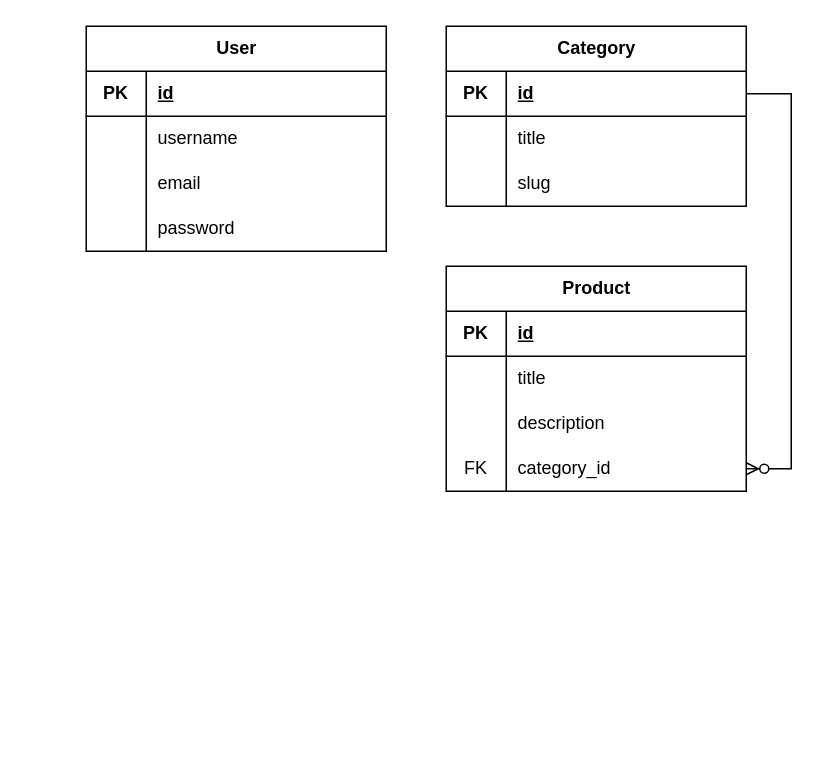
The draw.io diagram ER.drawio in on3ginnn/djangoReactDemo, before the edit. Source tidied: cells renumbered, new cells numbered last; positions are measured from the earlier drawing's top-left corner, leaving out a move shared by most shapes. Both pictures are drawn from the tidied source at 150%, with x=0, y=0 at pixel (86, 26).
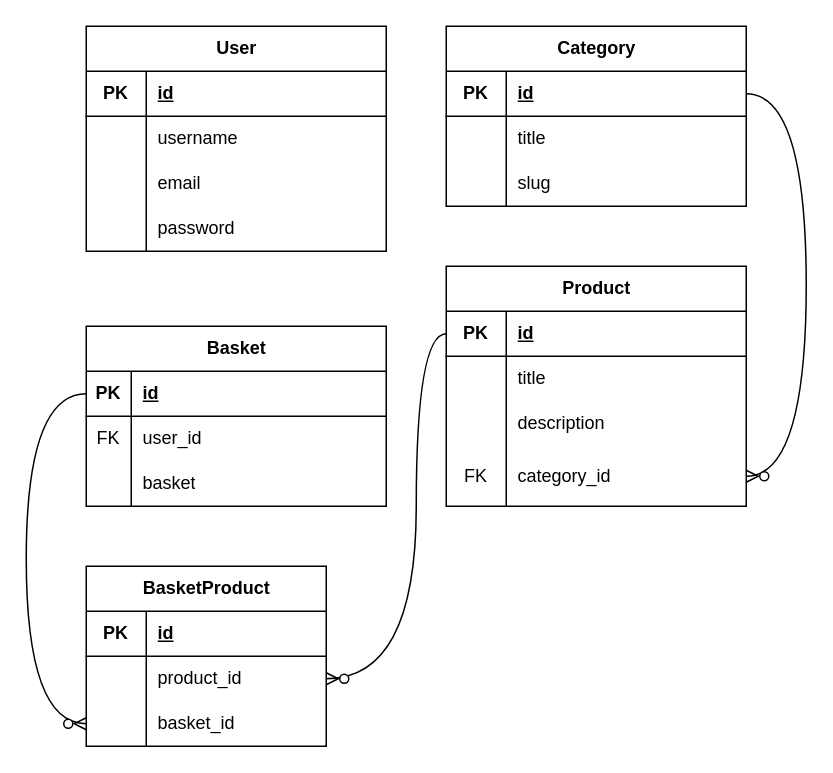
The same diagram, later.

The change refers to these unchanged cells:
```xml
<mxCell id="16" style="shape=tableRow;horizontal=0;startSize=0;swimlaneHead=0;swimlaneBody=0;fillColor=none;points=[[0,0.5],[1,0.5]];portConstraint=eastwest;top=0;left=0;right=0;bottom=1;" parent="15" vertex="1">
  <mxGeometry y="30" width="200" height="30" as="geometry" />
</mxCell>
<mxCell id="26" style="shape=tableRow;horizontal=0;startSize=0;swimlaneHead=0;swimlaneBody=0;fillColor=none;points=[[0,0.5],[1,0.5]];portConstraint=eastwest;top=0;left=0;right=0;bottom=1;" parent="25" vertex="1">
  <mxGeometry y="30" width="200" height="30" as="geometry" />
</mxCell>
```

Change to the diagram source:
```diff
@@
     <mxCell id="25" value="Product" style="shape=table;startSize=30;childLayout=tableLayout;rowLines=0;fontStyle=1;align=center;html=1;" parent="1" vertex="1">
-      <mxGeometry x="240" y="160" width="200" height="150" as="geometry" />
+      <mxGeometry x="240" y="160" width="200" height="160" as="geometry" />
     </mxCell>
@@
     <mxCell id="35" style="shape=tableRow;horizontal=0;startSize=0;swimlaneHead=0;swimlaneBody=0;fillColor=none;points=[[0,0.5],[1,0.5]];portConstraint=eastwest;top=0;left=0;right=0;bottom=0;" parent="25" vertex="1">
-      <mxGeometry y="120" width="200" height="30" as="geometry" />
+      <mxGeometry y="120" width="200" height="40" as="geometry" />
     </mxCell>
     <mxCell id="36" value="FK" style="shape=partialRectangle;fillColor=none;top=0;left=0;bottom=0;right=0;fontStyle=0;overflow=hidden;whiteSpace=wrap;html=1;" parent="35" vertex="1">
-      <mxGeometry width="40" height="30" as="geometry" />
+      <mxGeometry width="40" height="40" as="geometry" />
     </mxCell>
     <mxCell id="37" value="category_id" style="shape=partialRectangle;fillColor=none;top=0;left=0;bottom=0;right=0;align=left;spacingLeft=6;fontStyle=0;overflow=hidden;whiteSpace=wrap;html=1;" parent="35" vertex="1">
-      <mxGeometry x="40" width="160" height="30" as="geometry" />
+      <mxGeometry x="40" width="160" height="40" as="geometry" />
     </mxCell>
-    <mxCell id="38" style="edgeStyle=entityRelationEdgeStyle;fontSize=12;html=1;endArrow=ERzeroToMany;endFill=1;rounded=0;exitX=1;exitY=0.5;exitDx=0;exitDy=0;entryX=1;entryY=0.5;entryDx=0;entryDy=0;" parent="1" edge="1" source="16" target="35">
-      <mxGeometry relative="1" as="geometry" />
+    <mxCell id="38" style="edgeStyle=orthogonalEdgeStyle;fontSize=12;html=1;endArrow=ERzeroToMany;endFill=1;rounded=0;exitX=1;exitY=0.5;exitDx=0;exitDy=0;entryX=1;entryY=0.5;entryDx=0;entryDy=0;curved=1;" parent="1" edge="1" source="16" target="35">
+      <mxGeometry relative="1" as="geometry">
+        <Array as="points">
+          <mxPoint x="480" y="45" />
+          <mxPoint x="480" y="300" />
+        </Array>
+      </mxGeometry>
     </mxCell>
+    <mxCell id="39" value="Basket" style="shape=table;startSize=30;childLayout=tableLayout;rowLines=0;fontStyle=1;align=center;html=1;" parent="1" vertex="1">
+      <mxGeometry y="200" width="200" height="120" as="geometry" />
+    </mxCell>
+    <mxCell id="40" style="shape=tableRow;horizontal=0;startSize=0;swimlaneHead=0;swimlaneBody=0;fillColor=none;points=[[0,0.5],[1,0.5]];portConstraint=eastwest;top=0;left=0;right=0;bottom=1;" parent="39" vertex="1">
+      <mxGeometry y="30" width="200" height="30" as="geometry" />
+    </mxCell>
+    <mxCell id="41" value="PK" style="shape=partialRectangle;fillColor=none;top=0;left=0;bottom=0;right=0;fontStyle=1;overflow=hidden;whiteSpace=wrap;html=1;" parent="40" vertex="1">
+      <mxGeometry width="30" height="30" as="geometry" />
+    </mxCell>
+    <mxCell id="42" value="id" style="shape=partialRectangle;fillColor=none;top=0;left=0;bottom=0;right=0;align=left;spacingLeft=6;fontStyle=5;overflow=hidden;whiteSpace=wrap;html=1;" parent="40" vertex="1">
+      <mxGeometry x="30" width="170" height="30" as="geometry" />
+    </mxCell>
+    <mxCell id="43" style="shape=tableRow;horizontal=0;startSize=0;swimlaneHead=0;swimlaneBody=0;fillColor=none;top=0;left=0;right=0;bottom=0;" parent="39" vertex="1">
+      <mxGeometry y="60" width="200" height="30" as="geometry" />
+    </mxCell>
+    <mxCell id="44" value="FK" style="shape=partialRectangle;fillColor=none;top=0;left=0;bottom=0;right=0;overflow=hidden;whiteSpace=wrap;html=1;" parent="43" vertex="1">
+      <mxGeometry width="30" height="30" as="geometry" />
+    </mxCell>
+    <mxCell id="45" value="user_id" style="shape=partialRectangle;fillColor=none;top=0;left=0;bottom=0;right=0;align=left;spacingLeft=6;overflow=hidden;whiteSpace=wrap;html=1;" parent="43" vertex="1">
+      <mxGeometry x="30" width="170" height="30" as="geometry" />
+    </mxCell>
+    <mxCell id="46" style="shape=tableRow;horizontal=0;startSize=0;swimlaneHead=0;swimlaneBody=0;fillColor=none;top=0;left=0;right=0;bottom=0;" parent="39" vertex="1">
+      <mxGeometry y="90" width="200" height="30" as="geometry" />
+    </mxCell>
+    <mxCell id="47" style="shape=partialRectangle;fillColor=none;top=0;left=0;bottom=0;right=0;overflow=hidden;whiteSpace=wrap;html=1;" parent="46" vertex="1">
+      <mxGeometry width="30" height="30" as="geometry" />
+    </mxCell>
+    <mxCell id="48" value="basket" style="shape=partialRectangle;fillColor=none;top=0;left=0;bottom=0;right=0;align=left;spacingLeft=6;overflow=hidden;whiteSpace=wrap;html=1;" parent="46" vertex="1">
+      <mxGeometry x="30" width="170" height="30" as="geometry" />
+    </mxCell>
+    <mxCell id="49" value="BasketProduct" style="shape=table;startSize=30;childLayout=tableLayout;rowLines=0;fontStyle=1;align=center;html=1;" parent="1" vertex="1">
+      <mxGeometry y="360" width="160" height="120" as="geometry" />
+    </mxCell>
+    <mxCell id="50" style="shape=tableRow;horizontal=0;startSize=0;swimlaneHead=0;swimlaneBody=0;fillColor=none;top=0;left=0;right=0;bottom=1;" parent="49" vertex="1">
+      <mxGeometry y="30" width="160" height="30" as="geometry" />
+    </mxCell>
+    <mxCell id="51" value="PK" style="shape=partialRectangle;fillColor=none;top=0;left=0;bottom=0;right=0;fontStyle=1;overflow=hidden;whiteSpace=wrap;html=1;" parent="50" vertex="1">
+      <mxGeometry width="40" height="30" as="geometry" />
+    </mxCell>
+    <mxCell id="52" value="id" style="shape=partialRectangle;fillColor=none;top=0;left=0;bottom=0;right=0;align=left;spacingLeft=6;fontStyle=5;overflow=hidden;whiteSpace=wrap;html=1;" parent="50" vertex="1">
+      <mxGeometry x="40" width="120" height="30" as="geometry" />
+    </mxCell>
+    <mxCell id="53" style="shape=tableRow;horizontal=0;startSize=0;swimlaneHead=0;swimlaneBody=0;fillColor=none;points=[[0,0.5],[1,0.5]];portConstraint=eastwest;top=0;left=0;right=0;bottom=0;" parent="49" vertex="1">
+      <mxGeometry y="60" width="160" height="30" as="geometry" />
+    </mxCell>
+    <mxCell id="54" style="shape=partialRectangle;fillColor=none;top=0;left=0;bottom=0;right=0;overflow=hidden;whiteSpace=wrap;html=1;" parent="53" vertex="1">
+      <mxGeometry width="40" height="30" as="geometry" />
+    </mxCell>
+    <mxCell id="55" value="product_id" style="shape=partialRectangle;fillColor=none;top=0;left=0;bottom=0;right=0;align=left;spacingLeft=6;overflow=hidden;whiteSpace=wrap;html=1;" parent="53" vertex="1">
+      <mxGeometry x="40" width="120" height="30" as="geometry" />
+    </mxCell>
+    <mxCell id="56" style="shape=tableRow;horizontal=0;startSize=0;swimlaneHead=0;swimlaneBody=0;fillColor=none;points=[[0,0.5],[1,0.5]];portConstraint=eastwest;top=0;left=0;right=0;bottom=0;" parent="49" vertex="1">
+      <mxGeometry y="90" width="160" height="30" as="geometry" />
+    </mxCell>
+    <mxCell id="57" style="shape=partialRectangle;fillColor=none;top=0;left=0;bottom=0;right=0;overflow=hidden;whiteSpace=wrap;html=1;" parent="56" vertex="1">
+      <mxGeometry width="40" height="30" as="geometry" />
+    </mxCell>
+    <mxCell id="58" value="basket_id" style="shape=partialRectangle;fillColor=none;top=0;left=0;bottom=0;right=0;align=left;spacingLeft=6;overflow=hidden;whiteSpace=wrap;html=1;" parent="56" vertex="1">
+      <mxGeometry x="40" width="120" height="30" as="geometry" />
+    </mxCell>
+    <mxCell id="59" style="edgeStyle=orthogonalEdgeStyle;fontSize=12;html=1;endArrow=ERzeroToMany;endFill=1;rounded=0;exitX=0;exitY=0.5;exitDx=0;exitDy=0;entryX=1;entryY=0.5;entryDx=0;entryDy=0;curved=1;" parent="1" edge="1" source="26" target="53">
+      <mxGeometry relative="1" as="geometry">
+        <Array as="points">
+          <mxPoint x="220" y="205" />
+          <mxPoint x="220" y="435" />
+        </Array>
+      </mxGeometry>
+    </mxCell>
+    <mxCell id="60" style="edgeStyle=orthogonalEdgeStyle;fontSize=12;html=1;endArrow=ERzeroToMany;endFill=1;rounded=0;entryX=0;entryY=0.5;entryDx=0;entryDy=0;exitX=0;exitY=0.5;exitDx=0;exitDy=0;curved=1;" parent="1" edge="1" source="40" target="56">
+      <mxGeometry relative="1" as="geometry">
+        <Array as="points">
+          <mxPoint x="-40" y="245" />
+          <mxPoint x="-40" y="465" />
+        </Array>
+      </mxGeometry>
+    </mxCell>
```
